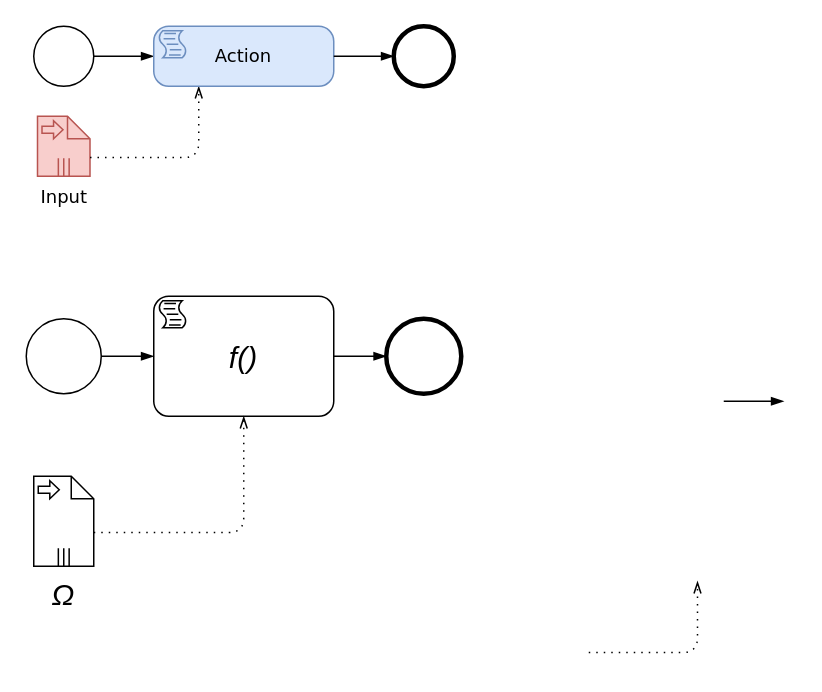
miguel76/know-flow keeps this draw.io diagram as page "action" (1 of 4) of doc/Paper_BPMN_flow.drawio. Above is the earlier version. Source tidied: cells renumbered, new cells numbered last; positions are measured from the earlier drawing's top-left corner, leaving out a move shared by most shapes. Both pictures are drawn from the tidied source at 150%, with x=0, y=0 at pixel (26, 26).
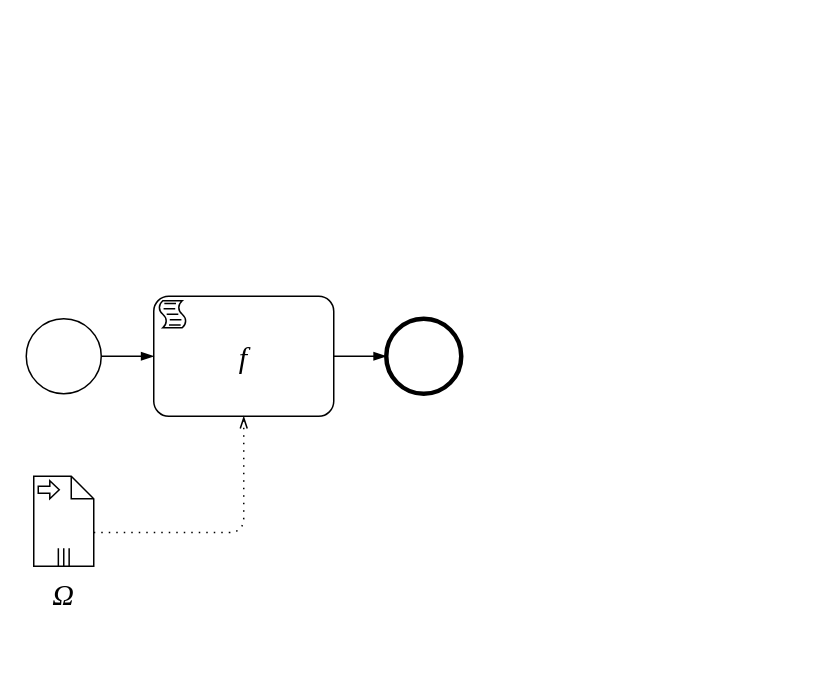
The same diagram, later.

Change to the diagram source:
```diff
@@
-    <mxCell id="2" value="Input" style="shape=mxgraph.bpmn.data;labelPosition=center;verticalLabelPosition=bottom;align=center;verticalAlign=top;whiteSpace=wrap;size=15;html=1;bpmnTransferType=input;isCollection=1;fillColor=#f8cecc;strokeColor=#b85450;fontFamily=Verdana;" parent="1" vertex="1">
-      <mxGeometry x="7.5" y="60" width="35" height="40" as="geometry" />
-    </mxCell>
-    <mxCell id="3" style="edgeStyle=elbowEdgeStyle;fontSize=12;html=1;endFill=0;startFill=0;endSize=6;startSize=6;dashed=1;dashPattern=1 4;endArrow=openThin;startArrow=none;exitX=0;exitY=0;exitDx=35;exitDy=27.5;exitPerimeter=0;entryX=0.25;entryY=1;entryDx=0;entryDy=0;entryPerimeter=0;" parent="1" edge="1" source="2" target="6">
-      <mxGeometry relative="1" as="geometry">
-        <Array as="points">
-          <mxPoint x="115" y="70" />
-          <mxPoint x="85" y="80" />
-          <mxPoint x="115" y="130" />
-          <mxPoint x="145" y="110" />
-        </Array>
-      </mxGeometry>
-    </mxCell>
-    <mxCell id="4" style="points=[[0.145,0.145,0],[0.5,0,0],[0.855,0.145,0],[1,0.5,0],[0.855,0.855,0],[0.5,1,0],[0.145,0.855,0],[0,0.5,0]];shape=mxgraph.bpmn.event;html=1;verticalLabelPosition=bottom;labelBackgroundColor=#ffffff;verticalAlign=top;align=center;perimeter=ellipsePerimeter;outlineConnect=0;outline=standard;symbol=general;" parent="1" vertex="1">
-      <mxGeometry x="5" width="40" height="40" as="geometry" />
-    </mxCell>
-    <mxCell id="5" style="edgeStyle=elbowEdgeStyle;fontSize=12;html=1;endArrow=blockThin;endFill=1;exitX=1;exitY=0.5;exitDx=0;exitDy=0;exitPerimeter=0;entryX=0;entryY=0.5;entryDx=0;entryDy=0;entryPerimeter=0;" parent="1" edge="1" source="4" target="6">
-      <mxGeometry relative="1" as="geometry" />
-    </mxCell>
-    <mxCell id="6" value="Action" style="points=[[0.25,0,0],[0.5,0,0],[0.75,0,0],[1,0.25,0],[1,0.5,0],[1,0.75,0],[0.75,1,0],[0.5,1,0],[0.25,1,0],[0,0.75,0],[0,0.5,0],[0,0.25,0]];shape=mxgraph.bpmn.task;whiteSpace=wrap;rectStyle=rounded;size=10;taskMarker=script;fillColor=#dae8fc;strokeColor=#6c8ebf;fontFamily=Verdana;" parent="1" vertex="1">
-      <mxGeometry x="85" width="120" height="40" as="geometry" />
-    </mxCell>
-    <mxCell id="7" style="points=[[0.145,0.145,0],[0.5,0,0],[0.855,0.145,0],[1,0.5,0],[0.855,0.855,0],[0.5,1,0],[0.145,0.855,0],[0,0.5,0]];shape=mxgraph.bpmn.event;html=1;verticalLabelPosition=bottom;labelBackgroundColor=#ffffff;verticalAlign=top;align=center;perimeter=ellipsePerimeter;outlineConnect=0;outline=end;symbol=terminate2;" parent="1" vertex="1">
-      <mxGeometry x="245" width="40" height="40" as="geometry" />
-    </mxCell>
-    <mxCell id="8" style="edgeStyle=elbowEdgeStyle;fontSize=12;html=1;endArrow=blockThin;endFill=1;exitX=1;exitY=0.5;exitDx=0;exitDy=0;exitPerimeter=0;entryX=0;entryY=0.5;entryDx=0;entryDy=0;entryPerimeter=0;" parent="1" edge="1" source="6" target="7">
-      <mxGeometry relative="1" as="geometry" />
-    </mxCell>
-    <mxCell id="9" value="&lt;i&gt;Ω&lt;/i&gt;" style="shape=mxgraph.bpmn.data;labelPosition=center;verticalLabelPosition=bottom;align=center;verticalAlign=top;whiteSpace=wrap;size=15;html=1;bpmnTransferType=input;isCollection=1;fontSize=20;" parent="1" vertex="1">
+    <mxCell id="9" value="&lt;i&gt;&lt;font face=&quot;Times New Roman&quot;&gt;Ω&lt;/font&gt;&lt;/i&gt;" style="shape=mxgraph.bpmn.data;labelPosition=center;verticalLabelPosition=bottom;align=center;verticalAlign=top;whiteSpace=wrap;size=15;html=1;bpmnTransferType=input;isCollection=1;fontSize=20;" parent="1" vertex="1">
       <mxGeometry x="5" y="300" width="40" height="60" as="geometry" />
     </mxCell>
-    <mxCell id="10" value="f()" style="points=[[0.25,0,0],[0.5,0,0],[0.75,0,0],[1,0.25,0],[1,0.5,0],[1,0.75,0],[0.75,1,0],[0.5,1,0],[0.25,1,0],[0,0.75,0],[0,0.5,0],[0,0.25,0]];shape=mxgraph.bpmn.task;whiteSpace=wrap;rectStyle=rounded;size=10;taskMarker=script;fontStyle=2;fontSize=20;" parent="1" vertex="1">
+    <mxCell id="10" value="f" style="points=[[0.25,0,0],[0.5,0,0],[0.75,0,0],[1,0.25,0],[1,0.5,0],[1,0.75,0],[0.75,1,0],[0.5,1,0],[0.25,1,0],[0,0.75,0],[0,0.5,0],[0,0.25,0]];shape=mxgraph.bpmn.task;whiteSpace=wrap;rectStyle=rounded;size=10;taskMarker=script;fontStyle=2;fontSize=20;fontFamily=Times New Roman;" parent="1" vertex="1">
       <mxGeometry x="85" y="180" width="120" height="80" as="geometry" />
     </mxCell>
@@
-    <mxCell id="13" style="edgeStyle=elbowEdgeStyle;fontSize=12;html=1;endArrow=blockThin;endFill=1;exitX=1;exitY=0.5;exitDx=0;exitDy=0;exitPerimeter=0;entryX=0;entryY=0.5;entryDx=0;entryDy=0;entryPerimeter=0;" parent="1" edge="1">
-      <mxGeometry relative="1" as="geometry">
-        <mxPoint x="465" y="250" as="sourcePoint" />
-        <mxPoint x="505" y="250" as="targetPoint" />
-      </mxGeometry>
-    </mxCell>
@@
-    <mxCell id="17" style="edgeStyle=elbowEdgeStyle;fontSize=12;html=1;endFill=0;startFill=0;endSize=6;startSize=6;dashed=1;dashPattern=1 4;endArrow=openThin;startArrow=none;exitX=0;exitY=0;exitDx=35;exitDy=27.5;exitPerimeter=0;entryX=0.25;entryY=1;entryDx=0;entryDy=0;entryPerimeter=0;" parent="1" edge="1">
-      <mxGeometry relative="1" as="geometry">
-        <mxPoint x="375" y="417.5" as="sourcePoint" />
-        <mxPoint x="447.5" y="370" as="targetPoint" />
-        <Array as="points">
-          <mxPoint x="447.5" y="400" />
-          <mxPoint x="417.5" y="410" />
-          <mxPoint x="447.5" y="460" />
-          <mxPoint x="477.5" y="440" />
-        </Array>
-      </mxGeometry>
-    </mxCell>
```
